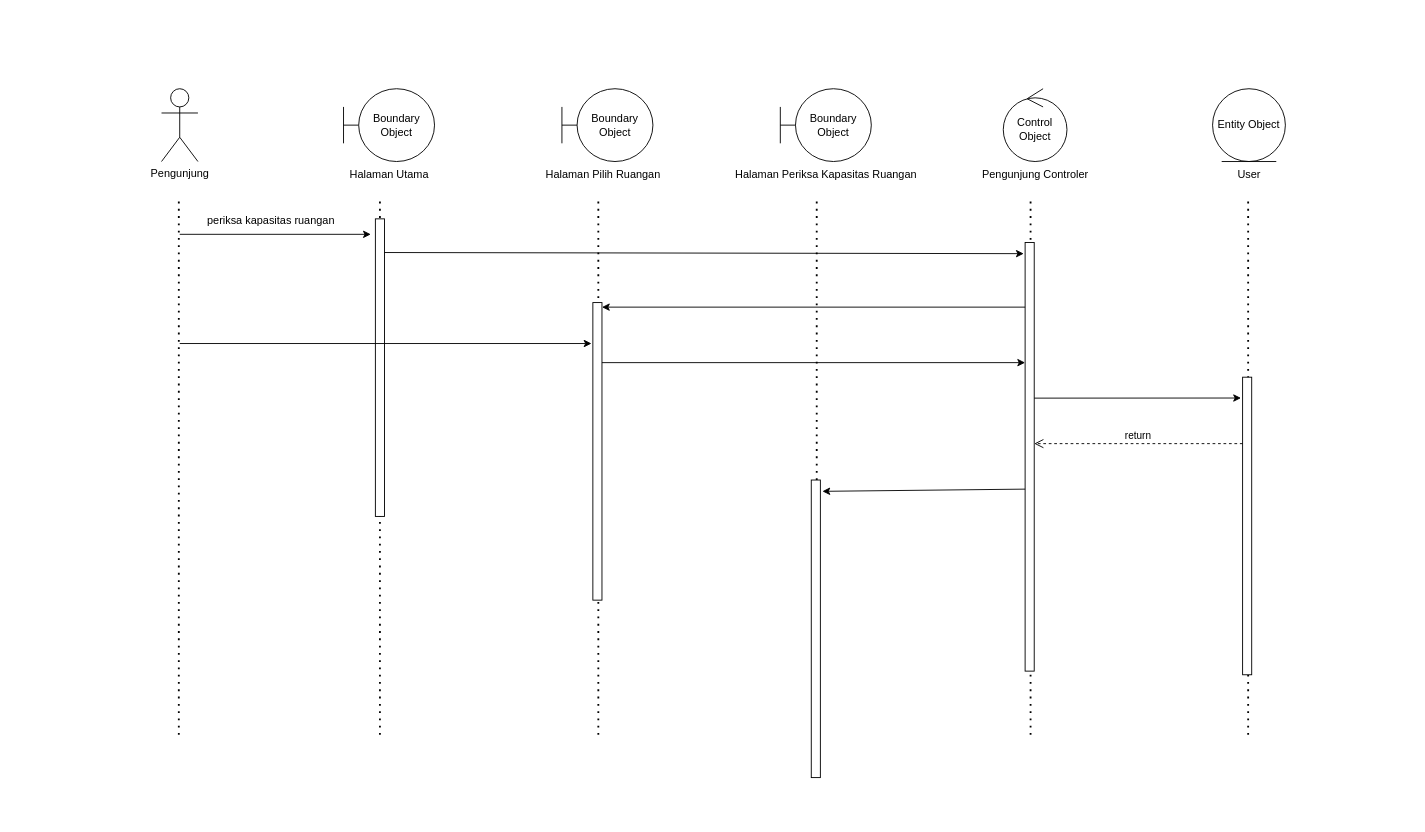
andrewsalim101/sequence-diagram-rkb keeps this draw.io diagram as sd-Periksa_Kapasitas_Ruangan.drawio.xml. Above is the earlier version. Source tidied: cells renumbered, new cells numbered last; positions are measured from the earlier drawing's top-left corner, leaving out a move shared by most shapes. Both pictures are drawn from the tidied source at 91%, with x=0, y=0 at pixel (161, 88).
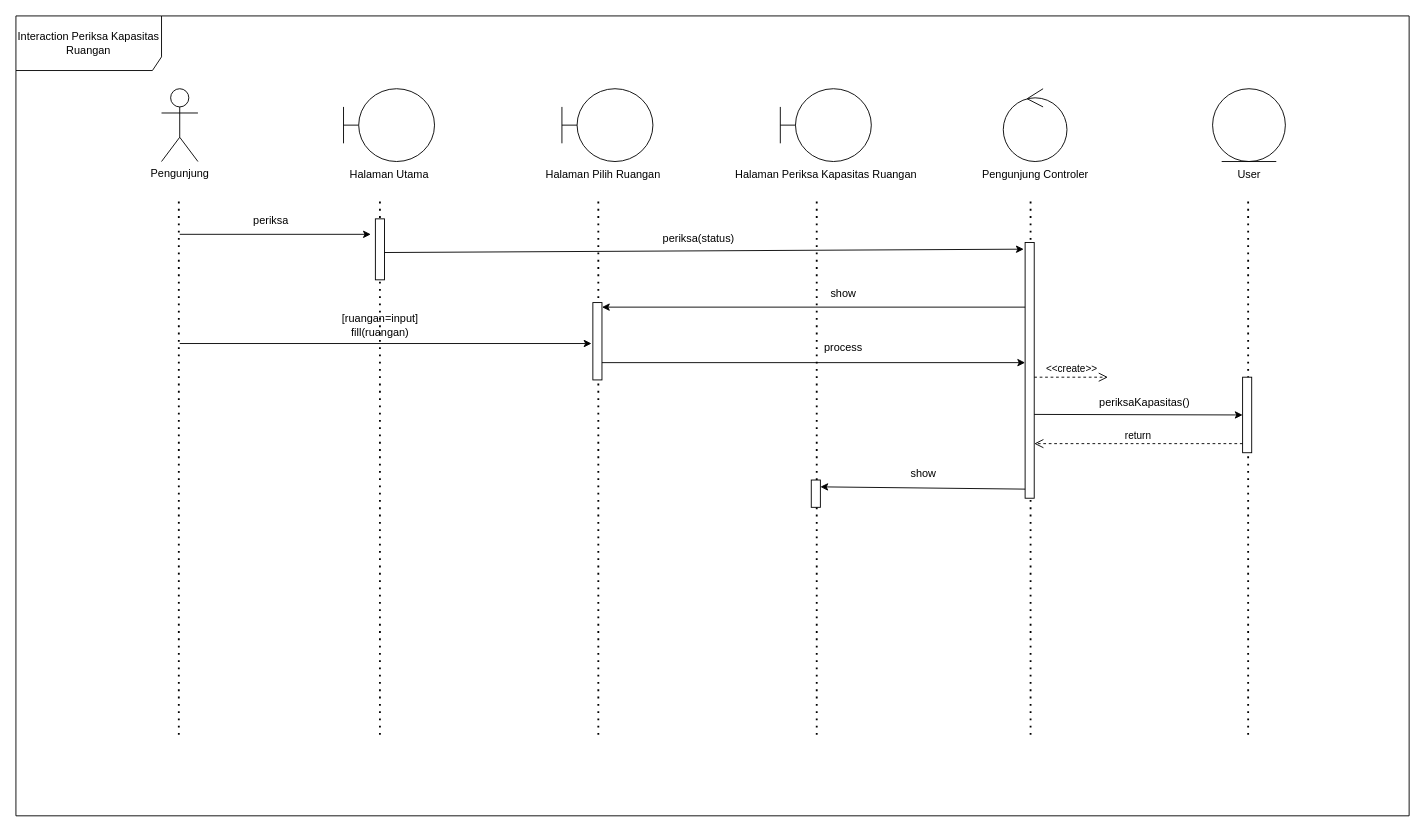
Above is the later version.

Diff of the diagram source:
```diff
@@
-    <mxCell id="4" value="Boundary Object" style="shape=umlBoundary;whiteSpace=wrap;html=1;" parent="1" vertex="1">
+    <mxCell id="4" style="shape=umlBoundary;whiteSpace=wrap;html=1;" parent="1" vertex="1">
       <mxGeometry x="200" width="100" height="80" as="geometry" />
     </mxCell>
@@
-    <mxCell id="6" value="Boundary Object" style="shape=umlBoundary;whiteSpace=wrap;html=1;" parent="1" vertex="1">
+    <mxCell id="6" style="shape=umlBoundary;whiteSpace=wrap;html=1;" parent="1" vertex="1">
       <mxGeometry x="440" width="100" height="80" as="geometry" />
     </mxCell>
@@
-    <mxCell id="8" value="Control Object" style="ellipse;shape=umlControl;whiteSpace=wrap;html=1;" parent="1" vertex="1">
+    <mxCell id="8" style="ellipse;shape=umlControl;whiteSpace=wrap;html=1;" parent="1" vertex="1">
       <mxGeometry x="925" width="70" height="80" as="geometry" />
     </mxCell>
@@
-    <mxCell id="10" value="Entity Object" style="ellipse;shape=umlEntity;whiteSpace=wrap;html=1;" parent="1" vertex="1">
+    <mxCell id="10" style="ellipse;shape=umlEntity;whiteSpace=wrap;html=1;" parent="1" vertex="1">
       <mxGeometry x="1155" width="80" height="80" as="geometry" />
     </mxCell>
@@
     <mxCell id="16" style="rounded=0;whiteSpace=wrap;html=1;" parent="1" vertex="1">
-      <mxGeometry x="235" y="143" width="10" height="327" as="geometry" />
+      <mxGeometry x="235" y="143" width="10" height="67" as="geometry" />
     </mxCell>
@@
-    <mxCell id="18" value="periksa kapasitas ruangan" style="text;html=1;align=center;verticalAlign=middle;strokeColor=none;fillColor=none;" parent="1" vertex="1">
-      <mxGeometry x="40" y="130" width="160" height="30" as="geometry" />
+    <mxCell id="18" value="periksa" style="text;html=1;align=center;verticalAlign=middle;strokeColor=none;fillColor=none;" parent="1" vertex="1">
+      <mxGeometry x="90" y="130" width="60" height="30" as="geometry" />
     </mxCell>
@@
     <mxCell id="20" style="rounded=0;whiteSpace=wrap;html=1;" parent="1" vertex="1">
-      <mxGeometry x="949" y="169" width="10" height="471" as="geometry" />
+      <mxGeometry x="949" y="169" width="10" height="281" as="geometry" />
     </mxCell>
@@
-    <mxCell id="22" value="Boundary Object" style="shape=umlBoundary;whiteSpace=wrap;html=1;" parent="1" vertex="1">
+    <mxCell id="22" style="shape=umlBoundary;whiteSpace=wrap;html=1;" parent="1" vertex="1">
       <mxGeometry x="680" width="100" height="80" as="geometry" />
     </mxCell>
@@
     <mxCell id="25" style="rounded=0;whiteSpace=wrap;html=1;" parent="1" vertex="1">
-      <mxGeometry x="474" y="235" width="10" height="327" as="geometry" />
+      <mxGeometry x="474" y="235" width="10" height="85" as="geometry" />
     </mxCell>
@@
-    <mxCell id="28" style="endArrow=classic;html=1;rounded=0;entryX=-0.175;entryY=0.07;entryDx=0;entryDy=0;entryPerimeter=0;" parent="1" edge="1" target="29">
+    <mxCell id="28" style="endArrow=classic;html=1;rounded=0;entryX=0;entryY=0.5;entryDx=0;entryDy=0;" parent="1" edge="1" target="29">
       <mxGeometry relative="1" as="geometry">
-        <mxPoint x="959" y="340" as="sourcePoint" />
+        <mxPoint x="959" y="357.9" as="sourcePoint" />
       </mxGeometry>
     </mxCell>
     <mxCell id="29" style="rounded=0;whiteSpace=wrap;html=1;" parent="1" vertex="1">
-      <mxGeometry x="1188" y="317" width="10" height="327" as="geometry" />
+      <mxGeometry x="1188" y="317" width="10" height="83" as="geometry" />
     </mxCell>
@@
-    <mxCell id="31" style="endArrow=classic;html=1;rounded=0;entryX=1.225;entryY=0.038;entryDx=0;entryDy=0;entryPerimeter=0;" parent="1" edge="1" target="32">
+    <mxCell id="31" style="endArrow=classic;html=1;rounded=0;entryX=1;entryY=0.25;entryDx=0;entryDy=0;" parent="1" edge="1" target="32">
       <mxGeometry relative="1" as="geometry">
         <mxPoint x="949" y="440" as="sourcePoint" />
       </mxGeometry>
     </mxCell>
     <mxCell id="32" style="rounded=0;whiteSpace=wrap;html=1;" parent="1" vertex="1">
-      <mxGeometry x="714" y="430" width="10" height="327" as="geometry" />
+      <mxGeometry x="714" y="430" width="10" height="30" as="geometry" />
     </mxCell>
+    <mxCell id="33" value="periksa(status)" style="text;html=1;align=center;verticalAlign=middle;strokeColor=none;fillColor=none;" parent="1" vertex="1">
+      <mxGeometry x="540" y="150" width="100" height="30" as="geometry" />
+    </mxCell>
+    <mxCell id="34" value="show" style="text;html=1;align=center;verticalAlign=middle;strokeColor=none;fillColor=none;" parent="1" vertex="1">
+      <mxGeometry x="724" y="210" width="50" height="30" as="geometry" />
+    </mxCell>
+    <mxCell id="35" value="[ruangan=input]&lt;br&gt;fill(ruangan)" style="text;html=1;align=center;verticalAlign=middle;strokeColor=none;fillColor=none;" parent="1" vertex="1">
+      <mxGeometry x="185" y="240" width="110" height="40" as="geometry" />
+    </mxCell>
+    <mxCell id="36" value="process" style="text;html=1;align=center;verticalAlign=middle;strokeColor=none;fillColor=none;" parent="1" vertex="1">
+      <mxGeometry x="714" y="270" width="70" height="30" as="geometry" />
+    </mxCell>
+    <mxCell id="37" value="&amp;lt;&amp;lt;create&amp;gt;&amp;gt;" style="html=1;verticalAlign=bottom;endArrow=open;dashed=1;endSize=8;edgeStyle=elbowEdgeStyle;elbow=vertical;curved=0;rounded=0;" parent="1" edge="1">
+      <mxGeometry relative="1" as="geometry">
+        <mxPoint x="959" y="317" as="sourcePoint" />
+        <mxPoint x="1040" y="317" as="targetPoint" />
+      </mxGeometry>
+    </mxCell>
+    <mxCell id="38" value="periksaKapasitas()" style="text;html=1;align=center;verticalAlign=middle;strokeColor=none;fillColor=none;" parent="1" vertex="1">
+      <mxGeometry x="1020" y="330" width="120" height="30" as="geometry" />
+    </mxCell>
+    <mxCell id="39" value="Interaction Periksa Kapasitas Ruangan" style="shape=umlFrame;whiteSpace=wrap;html=1;width=160;height=60;" parent="1" vertex="1">
+      <mxGeometry x="-160" y="-80" width="1531" height="879" as="geometry" />
+    </mxCell>
+    <mxCell id="40" value="show" style="text;html=1;align=center;verticalAlign=middle;strokeColor=none;fillColor=none;" parent="1" vertex="1">
+      <mxGeometry x="812" y="408" width="50" height="30" as="geometry" />
+    </mxCell>
```
